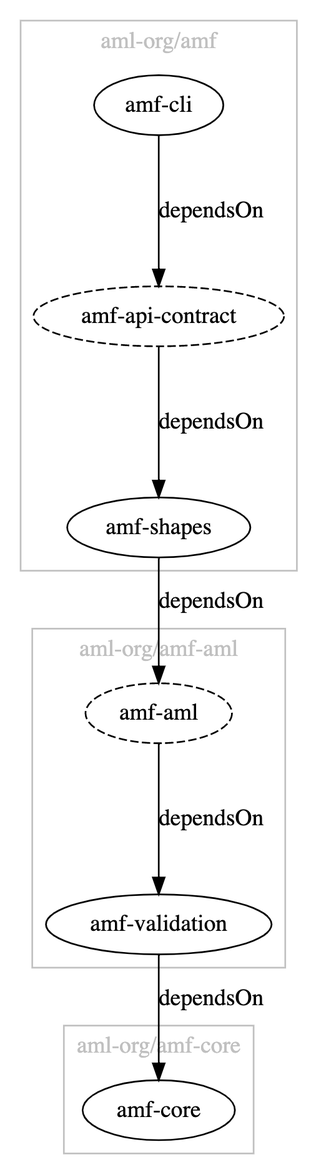
This is amf-ecosystem-modules.png from aml-org/amf, a Graphviz export, as it was before one commit. Its source is kept beside it as amf-ecosystem-modules.dot.
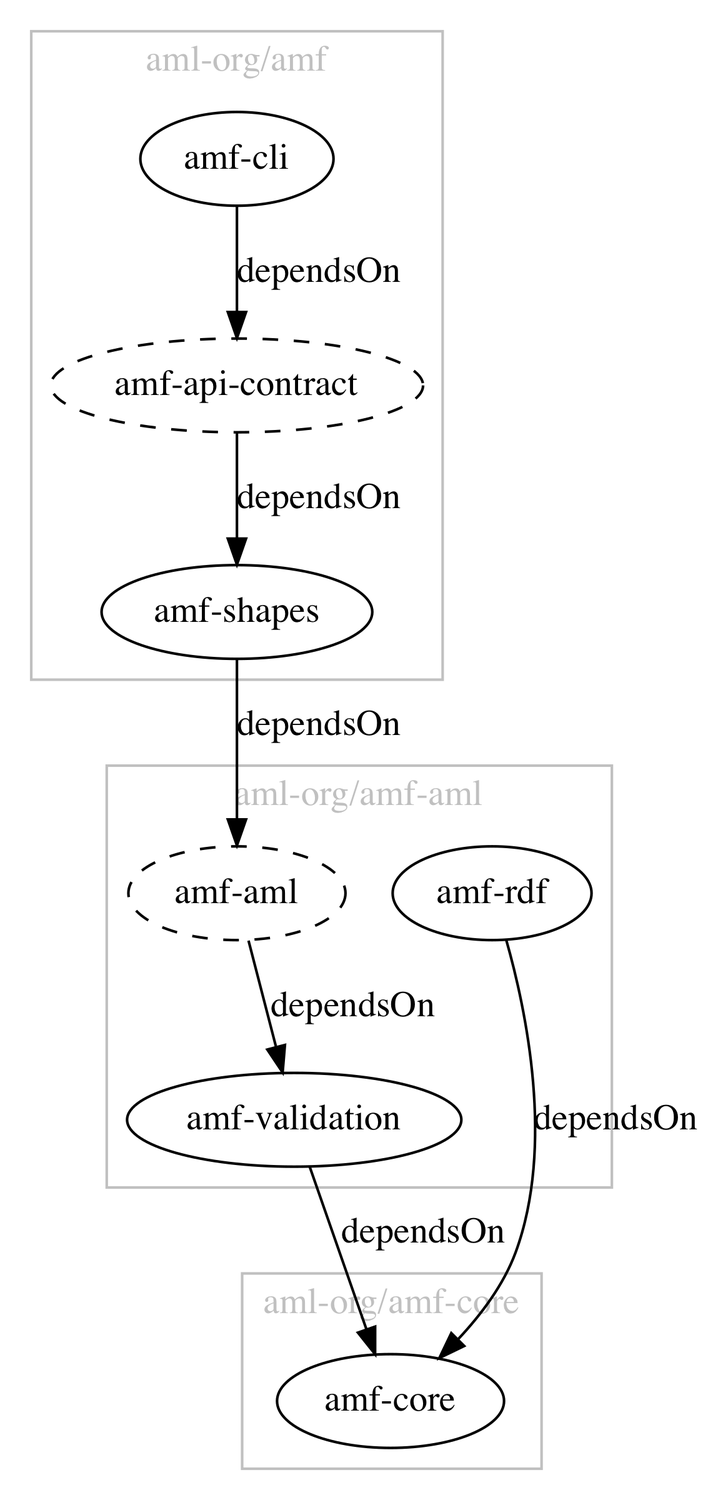
Later version of the same file.

Diff of the diagram source:
```diff
@@ -1,5 +1,6 @@
 
 digraph G {
+    graph [ dpi = 300 ];
     # modules
     subgraph cluster_0 {
         "amf-cli"
@@ -13,6 +14,7 @@
         label="aml-org/amf-aml"
         fontcolor=gray
     	"amf-aml" [style=dashed]
+    	"amf-rdf"
 	    "amf-validation"
 	    color=gray
     }
@@ -26,4 +28,5 @@
 
 	# dependencies
 	"amf-cli" -> "amf-api-contract" -> "amf-shapes" -> "amf-aml" -> "amf-validation" -> "amf-core" [label="dependsOn"]
+	"amf-rdf" -> "amf-core" [label="dependsOn"]
 }
```
